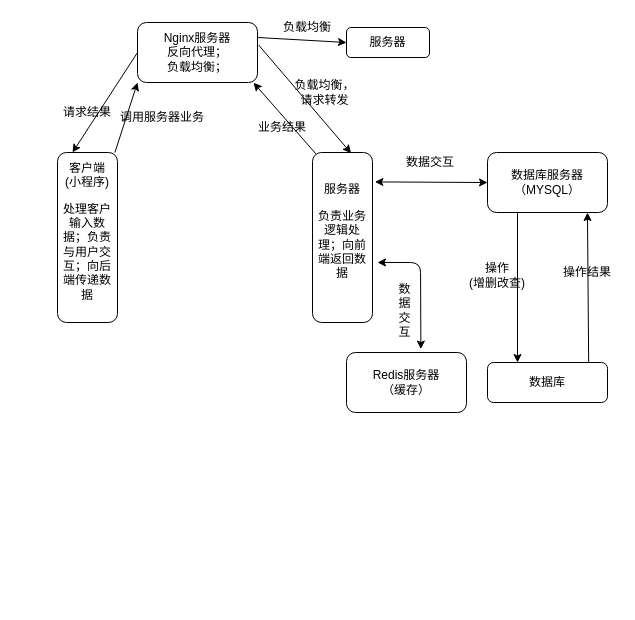
The draw.io diagram 总体架构图.drawio in geoffrey-h/code, before the edit. Source tidied: cells renumbered, new cells numbered last; positions are measured from the earlier drawing's top-left corner, leaving out a move shared by most shapes. Both pictures are drawn from the tidied source at 100%, with x=0, y=0 at pixel (17, 17).
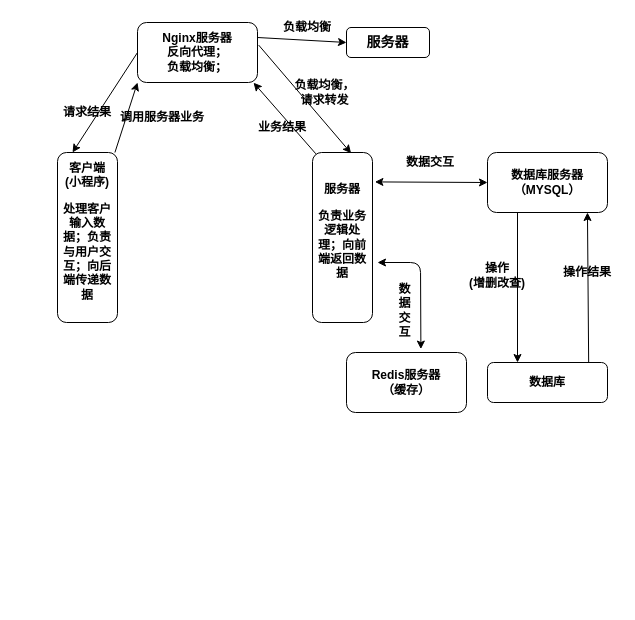
The same page after the edit.

Commit message:
更新总体架构图.drawio

What changed in the source:
```diff
@@
-    <mxCell id="3" value="客户端&lt;br&gt;(小程序)&lt;br&gt;&lt;p&gt;&lt;span&gt;&lt;font face=&quot;宋体&quot;&gt;处理客户输入数据&lt;/font&gt;&lt;/span&gt;&lt;span&gt;&lt;font face=&quot;宋体&quot;&gt;；&lt;/font&gt;&lt;/span&gt;&lt;span&gt;&lt;font face=&quot;宋体&quot;&gt;负责与用户交互；向后端传递数据&lt;/font&gt;&lt;/span&gt;&lt;/p&gt;" style="rounded=1;whiteSpace=wrap;html=1;direction=south;" parent="1" vertex="1">
+    <mxCell id="3" value="&lt;b&gt;客户端&lt;br&gt;(小程序)&lt;br&gt;&lt;/b&gt;&lt;p&gt;&lt;b&gt;&lt;span&gt;&lt;font face=&quot;宋体&quot;&gt;处理客户输入数据&lt;/font&gt;&lt;/span&gt;&lt;span&gt;&lt;font face=&quot;宋体&quot;&gt;；&lt;/font&gt;&lt;/span&gt;&lt;span&gt;&lt;font face=&quot;宋体&quot;&gt;负责与用户交互；向后端传递数据&lt;/font&gt;&lt;/span&gt;&lt;/b&gt;&lt;/p&gt;" style="rounded=1;whiteSpace=wrap;html=1;direction=south;" parent="1" vertex="1">
       <mxGeometry x="40" y="135" width="60" height="170" as="geometry" />
     </mxCell>
-    <mxCell id="4" value="服务器&lt;br&gt;&lt;p&gt;&lt;span&gt;&lt;font face=&quot;宋体&quot;&gt;负责业务逻辑处理&lt;/font&gt;&lt;/span&gt;&lt;span&gt;&lt;font face=&quot;宋体&quot;&gt;；&lt;/font&gt;&lt;/span&gt;&lt;span&gt;&lt;font face=&quot;宋体&quot;&gt;向前端返回数据&lt;/font&gt;&lt;/span&gt;&lt;/p&gt;" style="rounded=1;whiteSpace=wrap;html=1;direction=south;" parent="1" vertex="1">
+    <mxCell id="4" value="&lt;b&gt;服务器&lt;br&gt;&lt;/b&gt;&lt;p&gt;&lt;b&gt;&lt;span&gt;&lt;font face=&quot;宋体&quot;&gt;负责业务逻辑处理&lt;/font&gt;&lt;/span&gt;&lt;span&gt;&lt;font face=&quot;宋体&quot;&gt;；&lt;/font&gt;&lt;/span&gt;&lt;span&gt;&lt;font face=&quot;宋体&quot;&gt;向前端返回数据&lt;/font&gt;&lt;/span&gt;&lt;/b&gt;&lt;/p&gt;" style="rounded=1;whiteSpace=wrap;html=1;direction=south;" parent="1" vertex="1">
       <mxGeometry x="295" y="135" width="60" height="170" as="geometry" />
     </mxCell>
-    <mxCell id="5" value="数据库服务器（MYSQL）" style="rounded=1;whiteSpace=wrap;html=1;" parent="1" vertex="1">
+    <mxCell id="5" value="&lt;b&gt;数据库服务器（MYSQL）&lt;/b&gt;" style="rounded=1;whiteSpace=wrap;html=1;" parent="1" vertex="1">
       <mxGeometry x="470" y="135" width="120" height="60" as="geometry" />
     </mxCell>
-    <mxCell id="6" value="数据库" style="rounded=1;whiteSpace=wrap;html=1;" parent="1" vertex="1">
+    <mxCell id="6" value="&lt;b&gt;数据库&lt;/b&gt;" style="rounded=1;whiteSpace=wrap;html=1;" parent="1" vertex="1">
       <mxGeometry x="470" y="345" width="120" height="40" as="geometry" />
     </mxCell>
@@
-    <mxCell id="8" value="操作&lt;br&gt;(增删改查)" style="text;html=1;strokeColor=none;fillColor=none;align=center;verticalAlign=middle;whiteSpace=wrap;rounded=0;" parent="1" vertex="1">
+    <mxCell id="8" value="&lt;b&gt;操作&lt;br&gt;(增删改查)&lt;/b&gt;" style="text;html=1;strokeColor=none;fillColor=none;align=center;verticalAlign=middle;whiteSpace=wrap;rounded=0;" parent="1" vertex="1">
       <mxGeometry x="450" y="220" width="60" height="75" as="geometry" />
     </mxCell>
@@
-    <mxCell id="10" value="操作结果" style="text;html=1;strokeColor=none;fillColor=none;align=center;verticalAlign=middle;whiteSpace=wrap;rounded=0;" parent="1" vertex="1">
+    <mxCell id="10" value="&lt;b&gt;操作结果&lt;/b&gt;" style="text;html=1;strokeColor=none;fillColor=none;align=center;verticalAlign=middle;whiteSpace=wrap;rounded=0;" parent="1" vertex="1">
       <mxGeometry x="540" y="245" width="60" height="20" as="geometry" />
     </mxCell>
@@
-    <mxCell id="12" value="数据交互" style="text;html=1;strokeColor=none;fillColor=none;align=center;verticalAlign=middle;whiteSpace=wrap;rounded=0;" parent="1" vertex="1">
+    <mxCell id="12" value="&lt;b&gt;数据交互&lt;/b&gt;" style="text;html=1;strokeColor=none;fillColor=none;align=center;verticalAlign=middle;whiteSpace=wrap;rounded=0;" parent="1" vertex="1">
       <mxGeometry x="377.5" y="135" width="70" height="20" as="geometry" />
     </mxCell>
-    <mxCell id="13" value="Redis服务器&lt;br&gt;（缓存）&lt;br&gt;" style="rounded=1;whiteSpace=wrap;html=1;" parent="1" vertex="1">
+    <mxCell id="13" value="&lt;b&gt;Redis服务器&lt;br&gt;（缓存）&lt;/b&gt;&lt;br&gt;" style="rounded=1;whiteSpace=wrap;html=1;" parent="1" vertex="1">
       <mxGeometry x="329" y="335" width="120" height="60" as="geometry" />
     </mxCell>
@@
-    <mxCell id="15" value="数据交互" style="text;html=1;strokeColor=none;fillColor=none;align=center;verticalAlign=middle;whiteSpace=wrap;rounded=0;" parent="1" vertex="1">
+    <mxCell id="15" value="&lt;b&gt;数据交互&lt;/b&gt;" style="text;html=1;strokeColor=none;fillColor=none;align=center;verticalAlign=middle;whiteSpace=wrap;rounded=0;" parent="1" vertex="1">
       <mxGeometry x="375" y="263" width="25" height="60" as="geometry" />
     </mxCell>
-    <mxCell id="16" value="Nginx服务器&lt;br&gt;反向代理；&lt;br&gt;负载均衡；&lt;br&gt;" style="rounded=1;whiteSpace=wrap;html=1;" parent="1" vertex="1">
+    <mxCell id="16" value="&lt;b&gt;Nginx服务器&lt;br&gt;反向代理；&lt;br&gt;负载均衡；&lt;/b&gt;&lt;br&gt;" style="rounded=1;whiteSpace=wrap;html=1;" parent="1" vertex="1">
       <mxGeometry x="120" y="5" width="120" height="60" as="geometry" />
     </mxCell>
@@
-    <mxCell id="18" value="调用服务器业务" style="text;html=1;strokeColor=none;fillColor=none;align=center;verticalAlign=middle;whiteSpace=wrap;rounded=0;" parent="1" vertex="1">
+    <mxCell id="18" value="&lt;b&gt;调用服务器业务&lt;/b&gt;" style="text;html=1;strokeColor=none;fillColor=none;align=center;verticalAlign=middle;whiteSpace=wrap;rounded=0;" parent="1" vertex="1">
       <mxGeometry x="90" y="85" width="110" height="30" as="geometry" />
     </mxCell>
@@
-    <mxCell id="20" value="服务器" style="rounded=1;whiteSpace=wrap;html=1;" parent="1" vertex="1">
+    <mxCell id="20" value="&lt;b&gt;&lt;font style=&quot;font-size: 14px&quot;&gt;服务器&lt;/font&gt;&lt;/b&gt;" style="rounded=1;whiteSpace=wrap;html=1;" parent="1" vertex="1">
       <mxGeometry x="329" y="10" width="83" height="30" as="geometry" />
     </mxCell>
@@
-    <mxCell id="22" value="负载均衡，请求转发" style="text;html=1;strokeColor=none;fillColor=none;align=center;verticalAlign=middle;whiteSpace=wrap;rounded=0;" parent="1" vertex="1">
+    <mxCell id="22" value="&lt;b&gt;负载均衡，请求转发&lt;/b&gt;" style="text;html=1;strokeColor=none;fillColor=none;align=center;verticalAlign=middle;whiteSpace=wrap;rounded=0;" parent="1" vertex="1">
       <mxGeometry x="275" y="55" width="65" height="40" as="geometry" />
     </mxCell>
-    <mxCell id="23" value="负载均衡" style="text;html=1;strokeColor=none;fillColor=none;align=center;verticalAlign=middle;whiteSpace=wrap;rounded=0;" parent="1" vertex="1">
+    <mxCell id="23" value="&lt;b&gt;负载均衡&lt;/b&gt;" style="text;html=1;strokeColor=none;fillColor=none;align=center;verticalAlign=middle;whiteSpace=wrap;rounded=0;" parent="1" vertex="1">
       <mxGeometry x="265" width="50" height="20" as="geometry" />
     </mxCell>
@@
-    <mxCell id="25" value="请求结果" style="text;html=1;strokeColor=none;fillColor=none;align=center;verticalAlign=middle;whiteSpace=wrap;rounded=0;" parent="1" vertex="1">
+    <mxCell id="25" value="&lt;b&gt;请求结果&lt;/b&gt;" style="text;html=1;strokeColor=none;fillColor=none;align=center;verticalAlign=middle;whiteSpace=wrap;rounded=0;" parent="1" vertex="1">
       <mxGeometry x="40" y="85" width="60" height="20" as="geometry" />
     </mxCell>
-    <mxCell id="26" value="业务结果" style="text;html=1;strokeColor=none;fillColor=none;align=center;verticalAlign=middle;whiteSpace=wrap;rounded=0;" parent="1" vertex="1">
+    <mxCell id="26" value="&lt;b&gt;业务结果&lt;/b&gt;" style="text;html=1;strokeColor=none;fillColor=none;align=center;verticalAlign=middle;whiteSpace=wrap;rounded=0;" parent="1" vertex="1">
       <mxGeometry x="240" y="95" width="50" height="30" as="geometry" />
     </mxCell>
```
